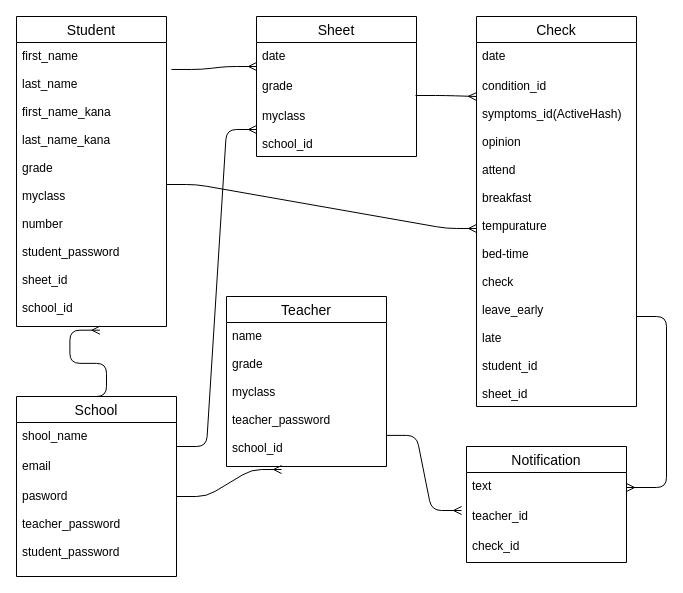
This is ER.dio from masataku/health_check, a draw.io file, before an edit. Source tidied: cells renumbered, new cells numbered last; positions are measured from the earlier drawing's top-left corner, leaving out a move shared by most shapes. Both pictures are drawn from the tidied source at 100%, with x=0, y=0 at pixel (16, 16).
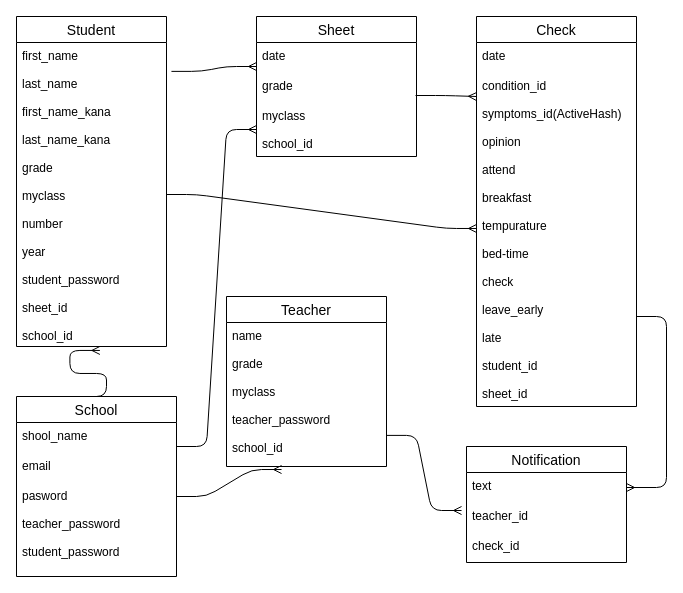
The same page after the edit.

The edit, as a diff of the source:
```diff
@@
     <mxCell id="2" value="Student" style="swimlane;fontStyle=0;horizontal=1;startSize=26;align=center;fontSize=14;" parent="1" vertex="1">
-      <mxGeometry width="150" height="310" as="geometry" />
+      <mxGeometry width="150" height="330" as="geometry" />
     </mxCell>
-    <mxCell id="3" value="first_name&#10;&#10;last_name&#10;&#10;first_name_kana&#10;&#10;last_name_kana&#10;&#10;grade&#10;&#10;myclass&#10;&#10;number&#10;&#10;student_password&#10;&#10;sheet_id&#10;&#10;school_id" style="text;strokeColor=none;fillColor=none;spacingLeft=4;spacingRight=4;overflow=hidden;points=[[0,0.5],[1,0.5]];portConstraint=eastwest;fontSize=12;" parent="2" vertex="1">
-      <mxGeometry y="26" width="150" height="284" as="geometry" />
+    <mxCell id="3" value="first_name&#10;&#10;last_name&#10;&#10;first_name_kana&#10;&#10;last_name_kana&#10;&#10;grade&#10;&#10;myclass&#10;&#10;number&#10;&#10;year&#10;&#10;student_password&#10;&#10;sheet_id&#10;&#10;school_id" style="text;strokeColor=none;fillColor=none;spacingLeft=4;spacingRight=4;overflow=hidden;points=[[0,0.5],[1,0.5]];portConstraint=eastwest;fontSize=12;" parent="2" vertex="1">
+      <mxGeometry y="26" width="150" height="304" as="geometry" />
     </mxCell>
```
